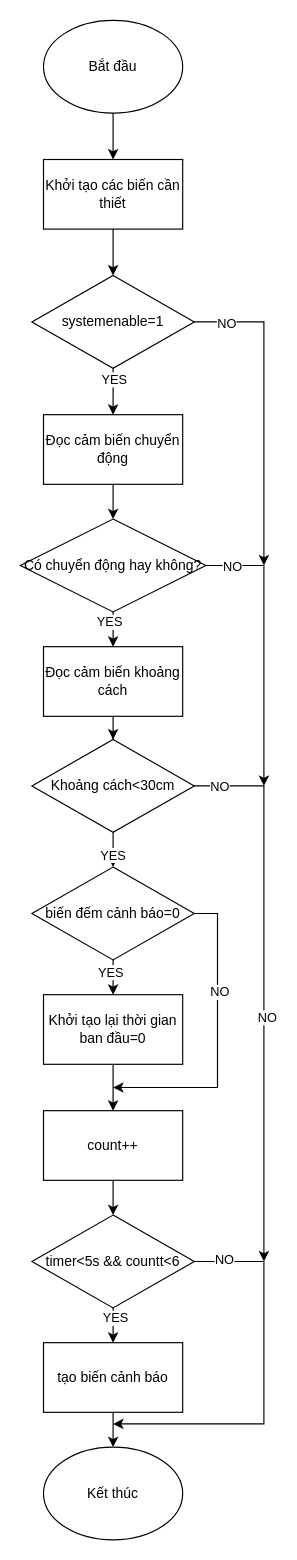
ngxziet/doan1 keeps this draw.io diagram as doccaccambien.drawio. Above is the earlier version. Source tidied: cells renumbered, new cells numbered last; positions are measured from the earlier drawing's top-left corner, leaving out a move shared by most shapes. Both pictures are drawn from the tidied source at 116%, with x=0, y=0 at pixel (20, 20).
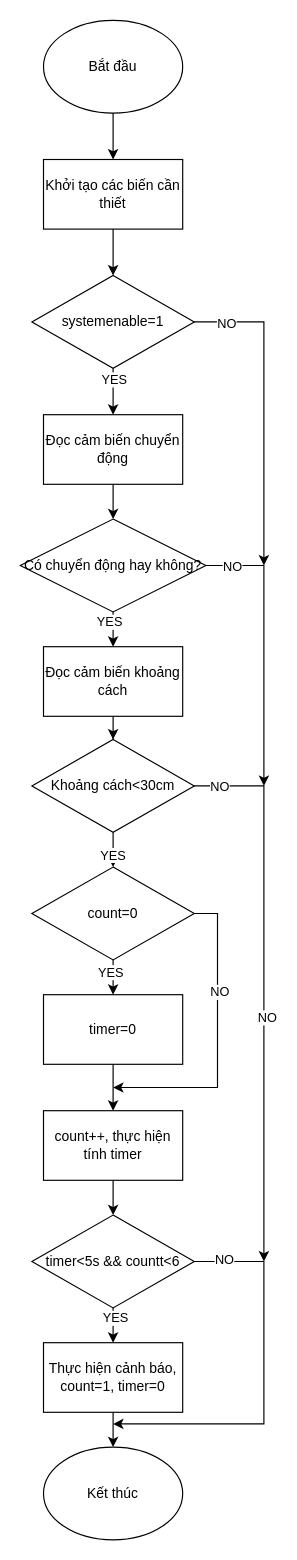
The same page after the edit.

Commit message:
Cập nhật doccaccambien.drawio

Diff of the diagram source:
```diff
@@
-    <mxCell id="23" value="biến đếm cảnh báo=0" style="rhombus;whiteSpace=wrap;html=1;" parent="1" vertex="1">
+    <mxCell id="23" value="count=0" style="rhombus;whiteSpace=wrap;html=1;" parent="1" vertex="1">
       <mxGeometry x="10" y="730" width="140" height="80" as="geometry" />
     </mxCell>
@@
-    <mxCell id="25" value="Khởi tạo lại thời gian ban đầu=0" style="rounded=0;whiteSpace=wrap;html=1;" parent="1" vertex="1">
+    <mxCell id="25" value="timer=0" style="rounded=0;whiteSpace=wrap;html=1;" parent="1" vertex="1">
       <mxGeometry x="20" y="840" width="120" height="60" as="geometry" />
     </mxCell>
@@
-    <mxCell id="27" value="count++" style="whiteSpace=wrap;html=1;" parent="1" vertex="1">
+    <mxCell id="27" value="count++, thực hiện tính timer" style="whiteSpace=wrap;html=1;" parent="1" vertex="1">
       <mxGeometry x="20" y="940" width="120" height="60" as="geometry" />
     </mxCell>
@@
-    <mxCell id="33" value="tạo biến cảnh báo" style="rounded=0;whiteSpace=wrap;html=1;" parent="1" vertex="1">
+    <mxCell id="33" value="Thực hiện cảnh báo,&lt;div&gt;count=1, timer=0&lt;/div&gt;" style="rounded=0;whiteSpace=wrap;html=1;" parent="1" vertex="1">
       <mxGeometry x="20" y="1140" width="120" height="60" as="geometry" />
     </mxCell>
```
